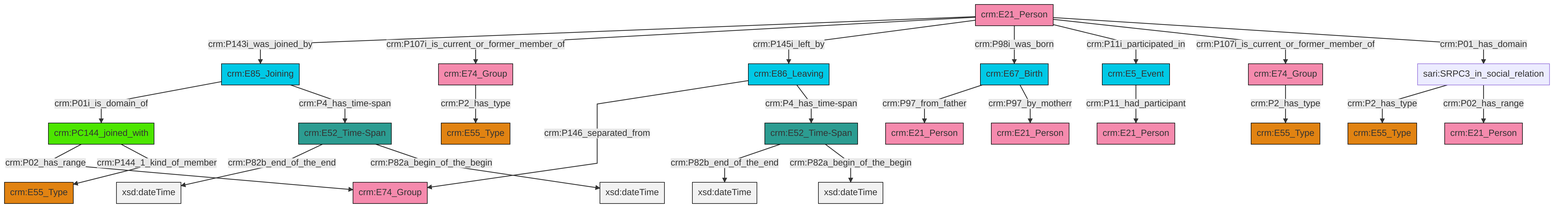
Earlier version of the Mermaid export et/personCSV/ttl/mmd/png/Person_Actor_Relations.png (swiss-art-research-net/reference-data-models). Its source is kept beside it as et/personCSV/ttl/mmd/Person_Actor_Relations.ttl.mmd.
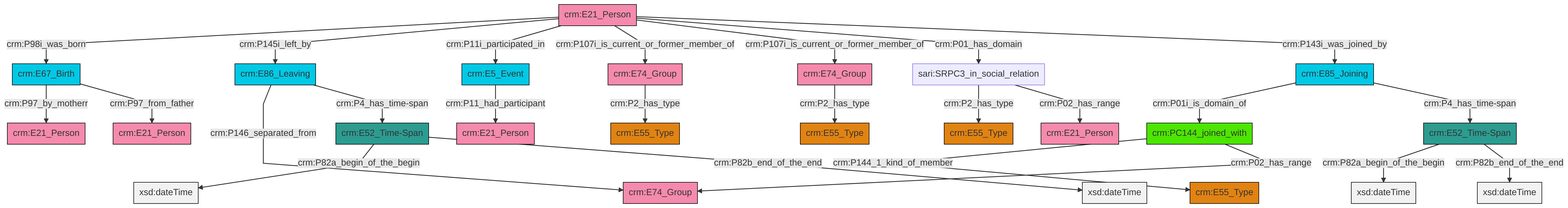
Later version of the same file.

Change to the diagram source:
```diff
@@ -13,27 +13,27 @@
 classDef PC_Classes fill:#4ce600, stroke:#000000;
 classDef Multi fill:#cccccc,stroke:#000000;
 
-2["crm:E67_Birth"]:::Temporal_Entity -->|crm:P97_from_father| 3["crm:E21_Person"]:::Actor
-4["crm:E21_Person"]:::Actor -->|crm:P143i_was_joined_by| 5["crm:E85_Joining"]:::Temporal_Entity
-8["crm:E52_Time-Span"]:::Time-Span -->|crm:P82b_end_of_the_end| 9[xsd:dateTime]:::Literal
-10["crm:E74_Group"]:::Actor -->|crm:P2_has_type| 20["crm:E55_Type"]:::Type
-5["crm:E85_Joining"]:::Temporal_Entity -->|crm:P01i_is_domain_of| 21["crm:PC144_joined_with"]:::PC_Classes
-4["crm:E21_Person"]:::Actor -->|crm:P107i_is_current_or_former_member_of| 10["crm:E74_Group"]:::Actor
-21["crm:PC144_joined_with"]:::PC_Classes -->|crm:P02_has_range| 24["crm:E74_Group"]:::Actor
-4["crm:E21_Person"]:::Actor -->|crm:P145i_left_by| 25["crm:E86_Leaving"]:::Temporal_Entity
-22["sari:SRPC3_in_social_relation"]:::Default -->|crm:P2_has_type| 18["crm:E55_Type"]:::Type
-22["sari:SRPC3_in_social_relation"]:::Default -->|crm:P02_has_range| 6["crm:E21_Person"]:::Actor
-8["crm:E52_Time-Span"]:::Time-Span -->|crm:P82a_begin_of_the_begin| 28[xsd:dateTime]:::Literal
-5["crm:E85_Joining"]:::Temporal_Entity -->|crm:P4_has_time-span| 8["crm:E52_Time-Span"]:::Time-Span
-2["crm:E67_Birth"]:::Temporal_Entity -->|crm:P97_by_motherr| 29["crm:E21_Person"]:::Actor
-32["crm:E74_Group"]:::Actor -->|crm:P2_has_type| 15["crm:E55_Type"]:::Type
-25["crm:E86_Leaving"]:::Temporal_Entity -->|crm:P146_separated_from| 24["crm:E74_Group"]:::Actor
-26["crm:E5_Event"]:::Temporal_Entity -->|crm:P11_had_participant| 0["crm:E21_Person"]:::Actor
-21["crm:PC144_joined_with"]:::PC_Classes -->|crm:P144_1_kind_of_member| 13["crm:E55_Type"]:::Type
-34["crm:E52_Time-Span"]:::Time-Span -->|crm:P82b_end_of_the_end| 35[xsd:dateTime]:::Literal
-4["crm:E21_Person"]:::Actor -->|crm:P98i_was_born| 2["crm:E67_Birth"]:::Temporal_Entity
-25["crm:E86_Leaving"]:::Temporal_Entity -->|crm:P4_has_time-span| 34["crm:E52_Time-Span"]:::Time-Span
-4["crm:E21_Person"]:::Actor -->|crm:P11i_participated_in| 26["crm:E5_Event"]:::Temporal_Entity
-4["crm:E21_Person"]:::Actor -->|crm:P107i_is_current_or_former_member_of| 32["crm:E74_Group"]:::Actor
-4["crm:E21_Person"]:::Actor -->|crm:P01_has_domain| 22["sari:SRPC3_in_social_relation"]:::Default
-34["crm:E52_Time-Span"]:::Time-Span -->|crm:P82a_begin_of_the_begin| 42[xsd:dateTime]:::Literal
+4["crm:E67_Birth"]:::Temporal_Entity -->|crm:P97_by_motherr| 5["crm:E21_Person"]:::Actor
+6["crm:E21_Person"]:::Actor -->|crm:P98i_was_born| 4["crm:E67_Birth"]:::Temporal_Entity
+11["crm:PC144_joined_with"]:::PC_Classes -->|crm:P144_1_kind_of_member| 0["crm:E55_Type"]:::Type
+6["crm:E21_Person"]:::Actor -->|crm:P145i_left_by| 12["crm:E86_Leaving"]:::Temporal_Entity
+6["crm:E21_Person"]:::Actor -->|crm:P11i_participated_in| 17["crm:E5_Event"]:::Temporal_Entity
+6["crm:E21_Person"]:::Actor -->|crm:P107i_is_current_or_former_member_of| 19["crm:E74_Group"]:::Actor
+6["crm:E21_Person"]:::Actor -->|crm:P107i_is_current_or_former_member_of| 21["crm:E74_Group"]:::Actor
+22["crm:E52_Time-Span"]:::Time-Span -->|crm:P82a_begin_of_the_begin| 23[xsd:dateTime]:::Literal
+11["crm:PC144_joined_with"]:::PC_Classes -->|crm:P02_has_range| 9["crm:E74_Group"]:::Actor
+17["crm:E5_Event"]:::Temporal_Entity -->|crm:P11_had_participant| 24["crm:E21_Person"]:::Actor
+12["crm:E86_Leaving"]:::Temporal_Entity -->|crm:P146_separated_from| 9["crm:E74_Group"]:::Actor
+26["crm:E52_Time-Span"]:::Time-Span -->|crm:P82a_begin_of_the_begin| 27[xsd:dateTime]:::Literal
+19["crm:E74_Group"]:::Actor -->|crm:P2_has_type| 30["crm:E55_Type"]:::Type
+13["sari:SRPC3_in_social_relation"]:::Default -->|crm:P2_has_type| 2["crm:E55_Type"]:::Type
+6["crm:E21_Person"]:::Actor -->|crm:P01_has_domain| 13["sari:SRPC3_in_social_relation"]:::Default
+4["crm:E67_Birth"]:::Temporal_Entity -->|crm:P97_from_father| 28["crm:E21_Person"]:::Actor
+13["sari:SRPC3_in_social_relation"]:::Default -->|crm:P02_has_range| 33["crm:E21_Person"]:::Actor
+38["crm:E85_Joining"]:::Temporal_Entity -->|crm:P01i_is_domain_of| 11["crm:PC144_joined_with"]:::PC_Classes
+22["crm:E52_Time-Span"]:::Time-Span -->|crm:P82b_end_of_the_end| 39[xsd:dateTime]:::Literal
+38["crm:E85_Joining"]:::Temporal_Entity -->|crm:P4_has_time-span| 22["crm:E52_Time-Span"]:::Time-Span
+12["crm:E86_Leaving"]:::Temporal_Entity -->|crm:P4_has_time-span| 26["crm:E52_Time-Span"]:::Time-Span
+26["crm:E52_Time-Span"]:::Time-Span -->|crm:P82b_end_of_the_end| 43[xsd:dateTime]:::Literal
+21["crm:E74_Group"]:::Actor -->|crm:P2_has_type| 7["crm:E55_Type"]:::Type
+6["crm:E21_Person"]:::Actor -->|crm:P143i_was_joined_by| 38["crm:E85_Joining"]:::Temporal_Entity
```
